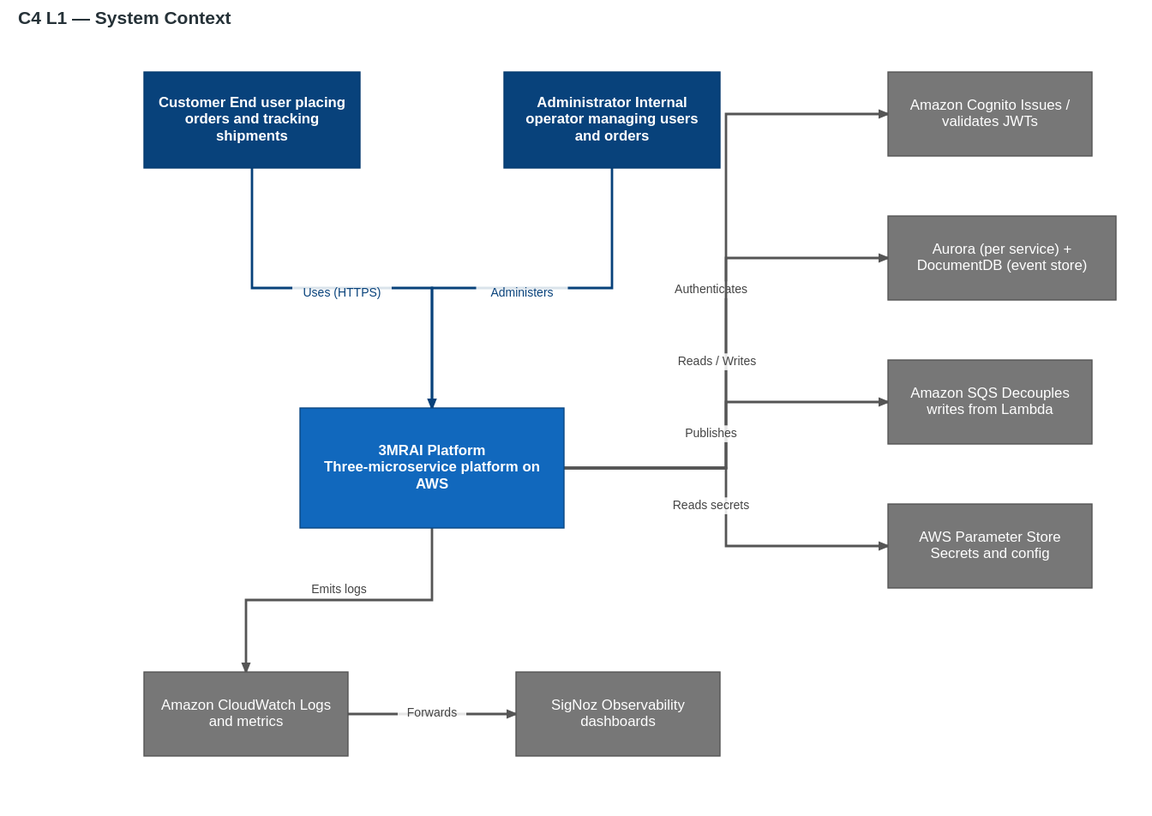
Above: docs/00-overview/diagrams/system-context-l1.drawio.svg in je-martinez/3-microservices-running-on-aws-infrastructure (draw.io), before the change. Source tidied: cells renumbered, new cells last; positions are measured from the earlier drawing's top-left corner, leaving out a move shared by most shapes.
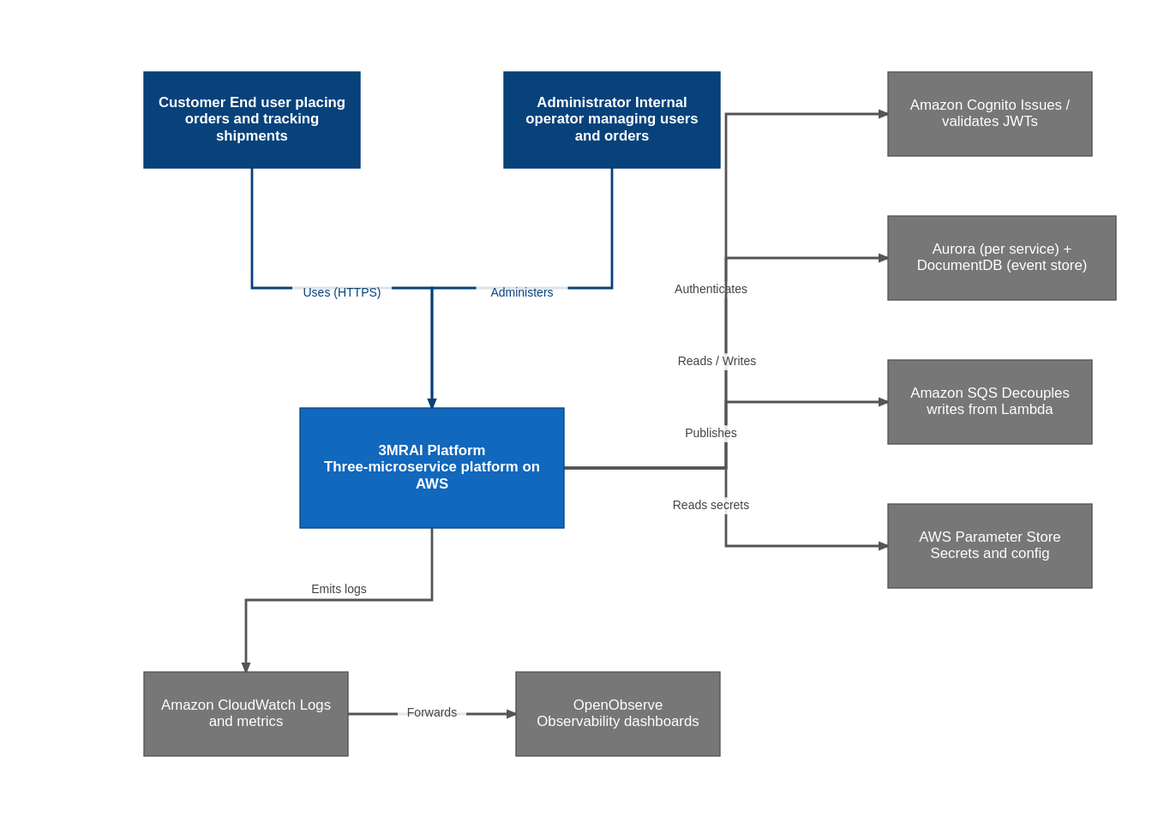
After the change.

Commit message:
docs(vault): regenerate the diagrams — SigNoz→OpenObserve, Ministack→Floci

Diff of the diagram source:
```diff
@@ -26,7 +26,7 @@
     <mxCell id="9" value="Amazon CloudWatch&#10;Logs and metrics" style="rounded=0;whiteSpace=wrap;html=1;fillColor=#777777;strokeColor=#555555;fontColor=#ffffff;" parent="1" vertex="1">
       <mxGeometry y="500" width="170" height="70" as="geometry" />
     </mxCell>
-    <mxCell id="10" value="SigNoz&#10;Observability dashboards" style="rounded=0;whiteSpace=wrap;html=1;fillColor=#777777;strokeColor=#555555;fontColor=#ffffff;" parent="1" vertex="1">
+    <mxCell id="10" value="OpenObserve&#10;Observability dashboards" style="rounded=0;whiteSpace=wrap;html=1;fillColor=#777777;strokeColor=#555555;fontColor=#ffffff;" parent="1" vertex="1">
       <mxGeometry x="310" y="500" width="170" height="70" as="geometry" />
     </mxCell>
     <mxCell id="11" value="Uses (HTTPS)" style="strokeColor=#08427B;fontColor=#08427B;" parent="1" edge="1" source="2" target="4">
```
